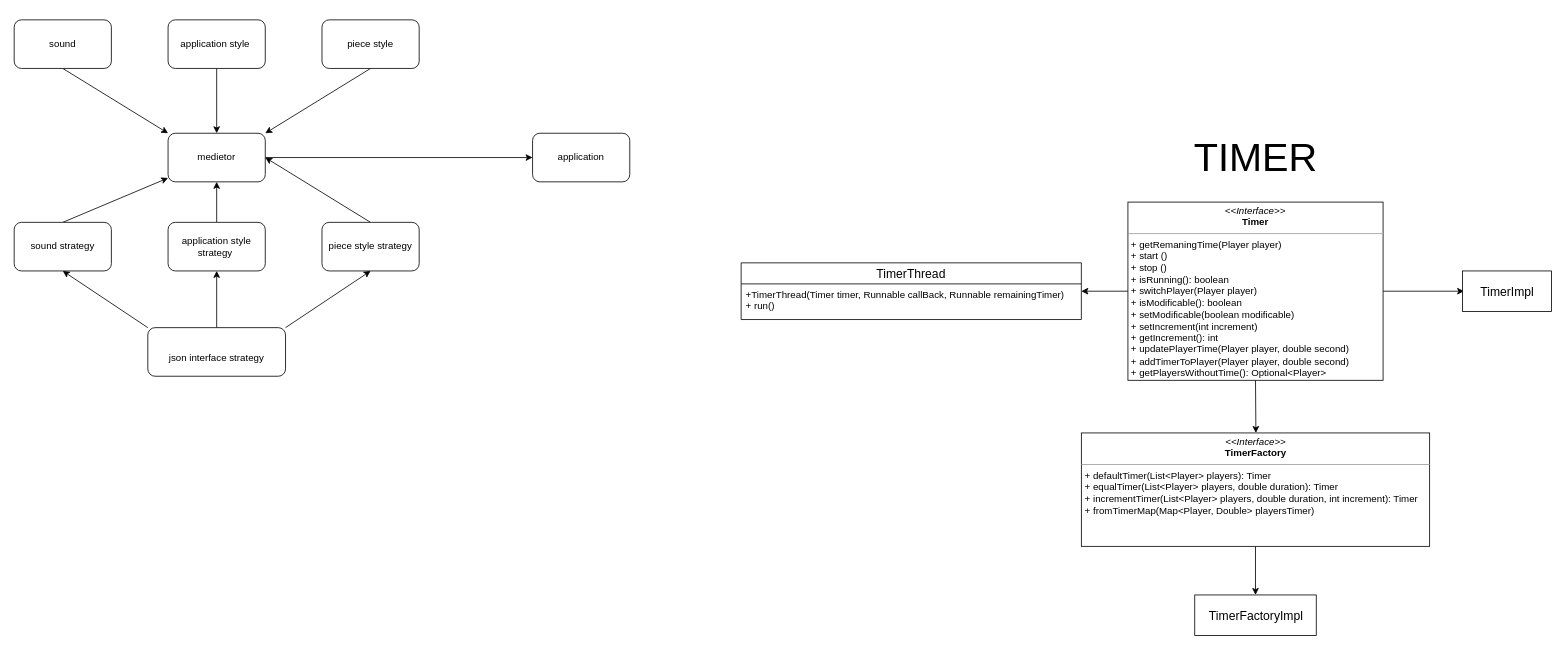
The draw.io diagram report/UML TP.drawio in zucchero-sintattico/OOP20-Jhaturanga, before the edit. Source tidied: cells renumbered, new cells numbered last; positions are measured from the earlier drawing's top-left corner, leaving out a move shared by most shapes. Both pictures are drawn from the tidied source at 81%, with x=0, y=0 at pixel (14, 19).
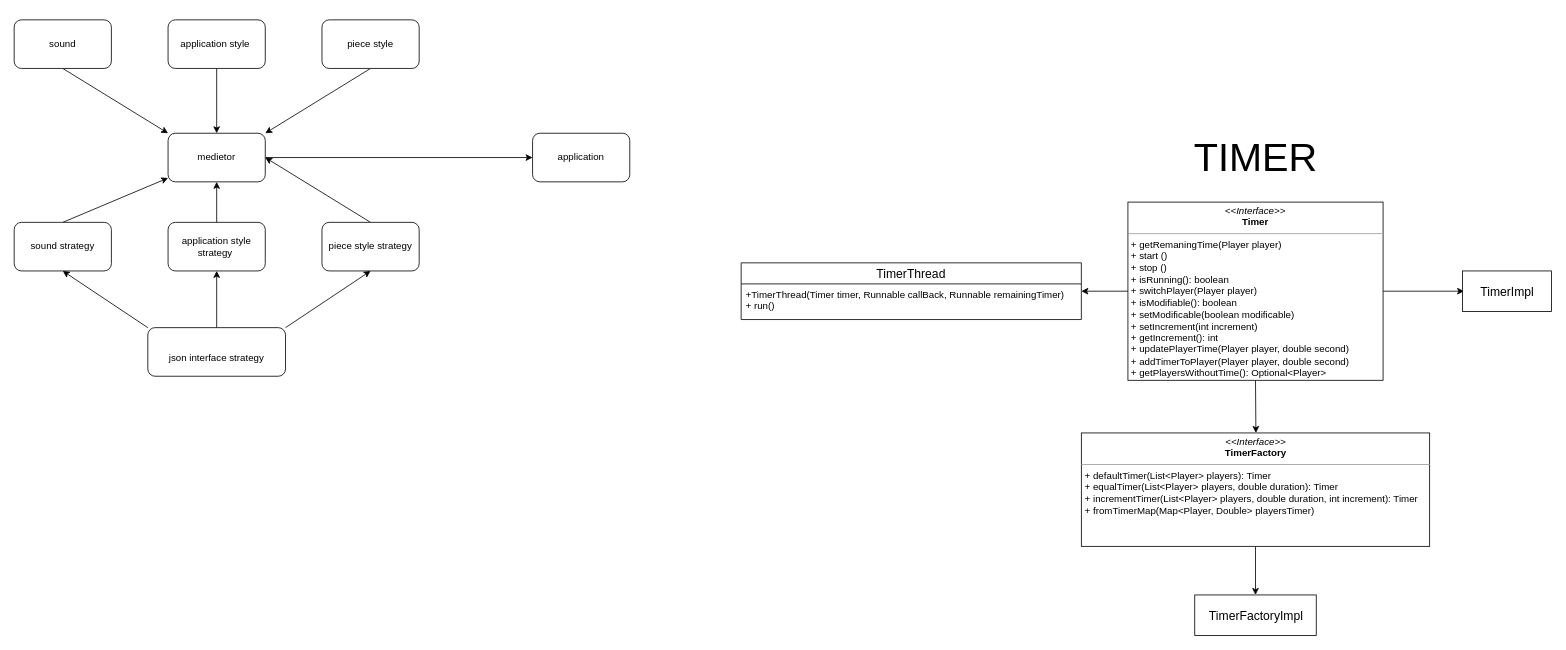
The same diagram, later.

Commit message:
timer refactoring

The edit, as a diff of the source:
```diff
@@
-    <mxCell id="27" value="&lt;p style=&quot;margin: 0px ; margin-top: 4px ; text-align: center&quot;&gt;&lt;i&gt;&amp;lt;&amp;lt;Interface&amp;gt;&amp;gt;&lt;/i&gt;&lt;br&gt;&lt;b&gt;Timer&lt;/b&gt;&lt;/p&gt;&lt;hr size=&quot;1&quot;&gt;&lt;p style=&quot;margin: 0px ; margin-left: 4px&quot;&gt;&lt;/p&gt;&lt;p style=&quot;margin: 0px ; margin-left: 4px&quot;&gt;+ getRemaningTime(Player player)&lt;/p&gt;&lt;p style=&quot;margin: 0px ; margin-left: 4px&quot;&gt;+ start ()&lt;/p&gt;&lt;p style=&quot;margin: 0px ; margin-left: 4px&quot;&gt;+ stop ()&lt;/p&gt;&lt;p style=&quot;margin: 0px ; margin-left: 4px&quot;&gt;+ isRunning(): boolean&lt;/p&gt;&lt;p style=&quot;margin: 0px ; margin-left: 4px&quot;&gt;+ switchPlayer(Player player)&lt;/p&gt;&lt;p style=&quot;margin: 0px ; margin-left: 4px&quot;&gt;+ isModificable(): boolean&lt;/p&gt;&lt;p style=&quot;margin: 0px ; margin-left: 4px&quot;&gt;+ setModificable(boolean modificable)&lt;/p&gt;&lt;p style=&quot;margin: 0px ; margin-left: 4px&quot;&gt;+ setIncrement(int increment)&lt;/p&gt;&lt;p style=&quot;margin: 0px ; margin-left: 4px&quot;&gt;+ getIncrement(): int&lt;/p&gt;&lt;p style=&quot;margin: 0px ; margin-left: 4px&quot;&gt;+ updatePlayerTime(Player player, double second)&lt;/p&gt;&lt;p style=&quot;margin: 0px ; margin-left: 4px&quot;&gt;+ addTimerToPlayer(Player player, double second)&lt;/p&gt;&lt;p style=&quot;margin: 0px ; margin-left: 4px&quot;&gt;+ getPlayersWithoutTime(): Optional&amp;lt;Player&amp;gt;&lt;/p&gt;" style="verticalAlign=top;align=left;overflow=fill;fontSize=12;fontFamily=Helvetica;html=1;" parent="1" vertex="1">
+    <mxCell id="27" value="&lt;p style=&quot;margin: 0px ; margin-top: 4px ; text-align: center&quot;&gt;&lt;i&gt;&amp;lt;&amp;lt;Interface&amp;gt;&amp;gt;&lt;/i&gt;&lt;br&gt;&lt;b&gt;Timer&lt;/b&gt;&lt;/p&gt;&lt;hr size=&quot;1&quot;&gt;&lt;p style=&quot;margin: 0px ; margin-left: 4px&quot;&gt;&lt;/p&gt;&lt;p style=&quot;margin: 0px ; margin-left: 4px&quot;&gt;+ getRemaningTime(Player player)&lt;/p&gt;&lt;p style=&quot;margin: 0px ; margin-left: 4px&quot;&gt;+ start ()&lt;/p&gt;&lt;p style=&quot;margin: 0px ; margin-left: 4px&quot;&gt;+ stop ()&lt;/p&gt;&lt;p style=&quot;margin: 0px ; margin-left: 4px&quot;&gt;+ isRunning(): boolean&lt;/p&gt;&lt;p style=&quot;margin: 0px ; margin-left: 4px&quot;&gt;+ switchPlayer(Player player)&lt;/p&gt;&lt;p style=&quot;margin: 0px ; margin-left: 4px&quot;&gt;+ isModifiable(): boolean&lt;/p&gt;&lt;p style=&quot;margin: 0px ; margin-left: 4px&quot;&gt;+ setModificable(boolean modificable)&lt;/p&gt;&lt;p style=&quot;margin: 0px ; margin-left: 4px&quot;&gt;+ setIncrement(int increment)&lt;/p&gt;&lt;p style=&quot;margin: 0px ; margin-left: 4px&quot;&gt;+ getIncrement(): int&lt;/p&gt;&lt;p style=&quot;margin: 0px ; margin-left: 4px&quot;&gt;+ updatePlayerTime(Player player, double second)&lt;/p&gt;&lt;p style=&quot;margin: 0px ; margin-left: 4px&quot;&gt;+ addTimerToPlayer(Player player, double second)&lt;/p&gt;&lt;p style=&quot;margin: 0px ; margin-left: 4px&quot;&gt;+ getPlayersWithoutTime(): Optional&amp;lt;Player&amp;gt;&lt;/p&gt;" style="verticalAlign=top;align=left;overflow=fill;fontSize=12;fontFamily=Helvetica;html=1;" parent="1" vertex="1">
       <mxGeometry x="1375" y="225" width="315" height="220" as="geometry" />
     </mxCell>
```
